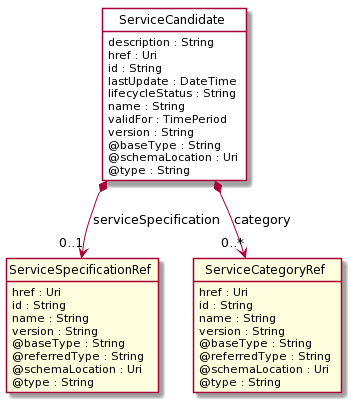
tmforum-apis/Open_Api_And_Data_Model keeps this PlantUML diagram as apis/TMF633_Service_Catalog/documentation/diagrams/Resource_ServiceCandidate.png. Above is the earlier version. Source of this version:
```plantuml
@startuml
hide circle
hide methods
hide stereotype
show <<Enumeration>> stereotype
skinparam class {
   BackgroundColor<<Enumeration>> #E6F5F7
   BackgroundColor<<Ref>> #FFFFE0
   BackgroundColor<<Pivot>> #FFFFFFF
   BackgroundColor #FCF2E3
}

class ServiceCandidate  <<Pivot>> {
    description : String
    href : Uri
    id : String
    lastUpdate : DateTime
    lifecycleStatus : String
    name : String
    validFor : TimePeriod
    version : String
    @baseType : String
    @schemaLocation : Uri
    @type : String
}

class ServiceSpecificationRef  <<Ref>> {
    href : Uri
    id : String
    name : String
    version : String
    @baseType : String
    @referredType : String
    @schemaLocation : Uri
    @type : String
}

class ServiceCategoryRef  <<Ref>> {
    href : Uri
    id : String
    name : String
    version : String
    @baseType : String
    @referredType : String
    @schemaLocation : Uri
    @type : String
}

ServiceCandidate *-->  "0..1" ServiceSpecificationRef : serviceSpecification

ServiceCandidate *-->  "0..*" ServiceCategoryRef : category

@enduml
```
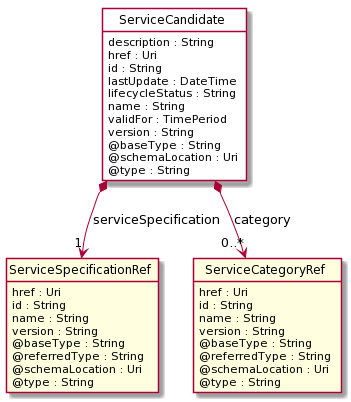
After the change.

Change to the diagram source:
```diff
@@ -46,7 +46,7 @@
     @type : String
 }
 
-ServiceCandidate *-->  "0..1" ServiceSpecificationRef : serviceSpecification
+ServiceCandidate *-->  "1" ServiceSpecificationRef : serviceSpecification
 
 ServiceCandidate *-->  "0..*" ServiceCategoryRef : category
 
```
